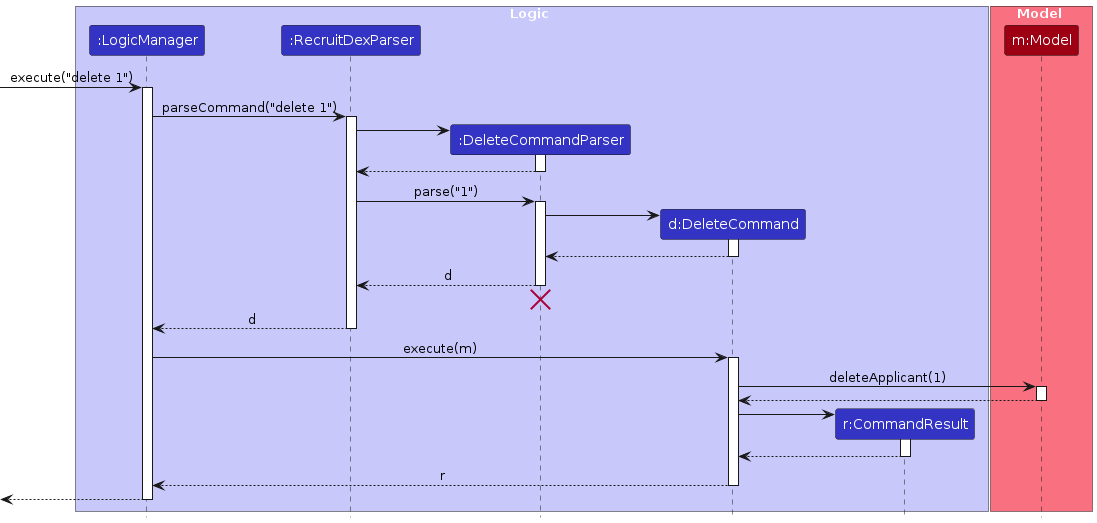
The PlantUML diagram diagrams/DeleteSequenceDiagram.png in AY2627S1-CS2103T-W12-4/tp, before a commit. Its source is kept beside it as diagrams/DeleteSequenceDiagram.puml.
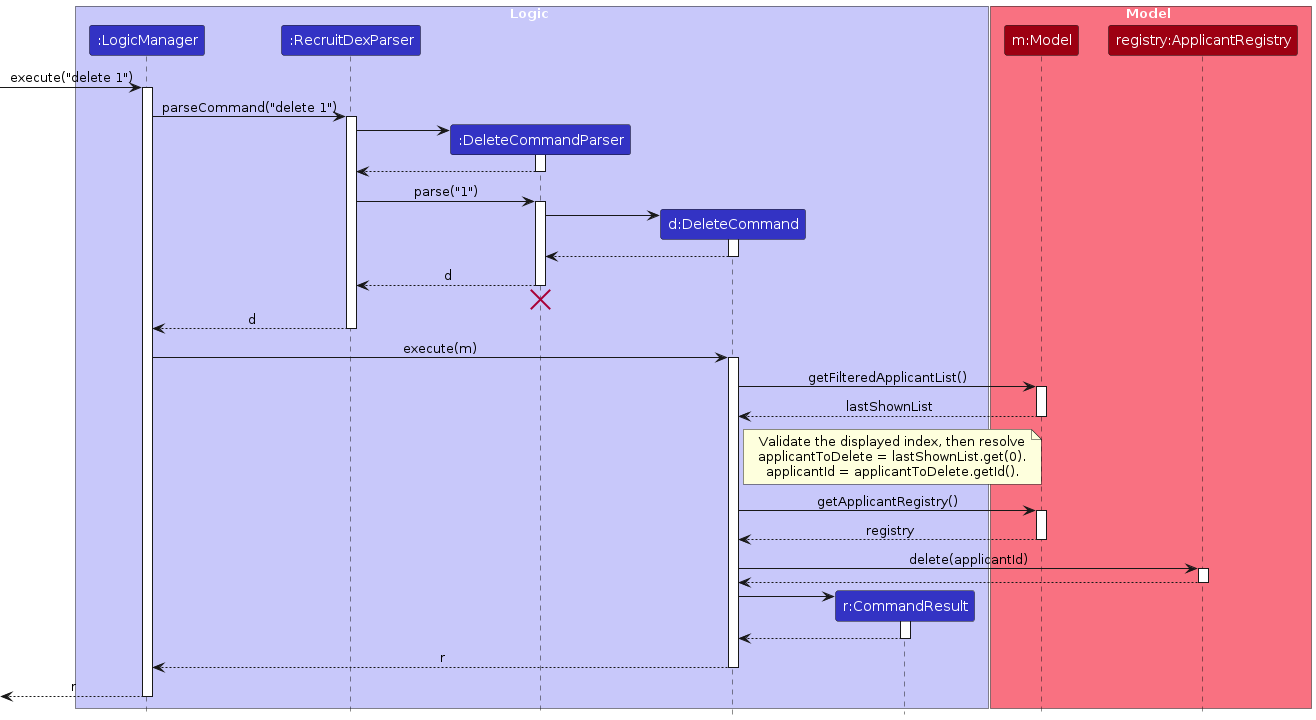
Later version of the same file.

What changed in the source:
```diff
@@ -12,6 +12,7 @@
 
 box Model MODEL_COLOR_T1
 participant "m:Model" as Model MODEL_COLOR
+participant "registry:ApplicantRegistry" as ApplicantRegistry MODEL_COLOR
 end box
 
 [-> LogicManager : execute("delete 1")
@@ -48,11 +49,29 @@
 LogicManager -> DeleteCommand : execute(m)
 activate DeleteCommand
 
-DeleteCommand -> Model : deleteApplicant(1)
+DeleteCommand -> Model : getFilteredApplicantList()
 activate Model
 
-Model --> DeleteCommand
+Model --> DeleteCommand : lastShownList
 deactivate Model
+
+note right of DeleteCommand
+  Validate the displayed index, then resolve
+  applicantToDelete = lastShownList.get(0).
+  applicantId = applicantToDelete.getId().
+end note
+
+DeleteCommand -> Model : getApplicantRegistry()
+activate Model
+
+Model --> DeleteCommand : registry
+deactivate Model
+
+DeleteCommand -> ApplicantRegistry : delete(applicantId)
+activate ApplicantRegistry
+
+ApplicantRegistry --> DeleteCommand
+deactivate ApplicantRegistry
 
 create CommandResult
 DeleteCommand -> CommandResult
@@ -64,6 +83,6 @@
 DeleteCommand --> LogicManager : r
 deactivate DeleteCommand
 
-[<--LogicManager
+[<--LogicManager : r
 deactivate LogicManager
 @enduml
```
